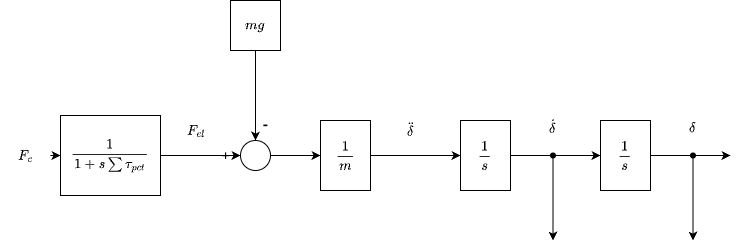
The draw.io diagram assets/Chap4/RegPosBlocSimple.png in ulucinar-can/template-tb, before a commit. Source tidied: cells renumbered, new cells last; positions are measured from the earlier drawing's top-left corner, leaving out a move shared by most shapes.
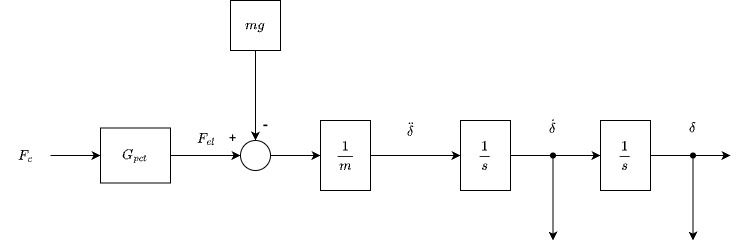
The same file after the commit.

What changed in the source:
```diff
@@ -5,14 +5,14 @@
     <mxCell id="2" value="$$F_c$$" style="text;html=1;align=center;verticalAlign=middle;points=[];strokeColor=none;fillColor=none;" parent="1" vertex="1">
       <mxGeometry y="140" width="50" height="30" as="geometry" />
     </mxCell>
-    <mxCell id="3" value="$$\frac{1}{1 + s\sum\tau_{pct}}$$" style="rounded=0;whiteSpace=wrap;html=1;fillColor=#ffffff;" parent="1" vertex="1">
-      <mxGeometry x="60" y="115" width="100" height="80" as="geometry" />
+    <mxCell id="3" value="$$G_{pct}$$" style="rounded=0;whiteSpace=wrap;html=1;fillColor=#ffffff;" parent="1" vertex="1">
+      <mxGeometry x="100" y="127.5" width="70" height="55" as="geometry" />
     </mxCell>
     <mxCell id="4" style="ellipse;whiteSpace=wrap;html=1;fillColor=#ffffff;" parent="1" vertex="1">
       <mxGeometry x="240" y="140" width="30" height="30" as="geometry" />
     </mxCell>
     <mxCell id="5" value="+" style="text;html=1;align=center;verticalAlign=middle;strokeColor=none;fillColor=none;" parent="1" vertex="1">
-      <mxGeometry x="210" y="140" width="30" height="30" as="geometry" />
+      <mxGeometry x="217" y="122" width="30" height="30" as="geometry" />
     </mxCell>
     <mxCell id="6" value="-" style="text;html=1;align=center;verticalAlign=middle;strokeColor=none;fillColor=none;fontSize=16;" parent="1" vertex="1">
       <mxGeometry x="250" y="110" width="30" height="30" as="geometry" />
@@ -30,7 +30,7 @@
       <mxGeometry x="600" y="120" width="50" height="70" as="geometry" />
     </mxCell>
     <mxCell id="11" value="$$F_{el}$$" style="text;html=1;align=center;verticalAlign=middle;strokeColor=none;fillColor=none;" parent="1" vertex="1">
-      <mxGeometry x="170" y="115" width="50" height="30" as="geometry" />
+      <mxGeometry x="180" y="122.5" width="50" height="30" as="geometry" />
     </mxCell>
     <mxCell id="12" value="$$\ddot{\delta}$$" style="text;html=1;align=center;verticalAlign=middle;strokeColor=none;fillColor=none;" parent="1" vertex="1">
       <mxGeometry x="390" y="115" width="40" height="30" as="geometry" />
```
